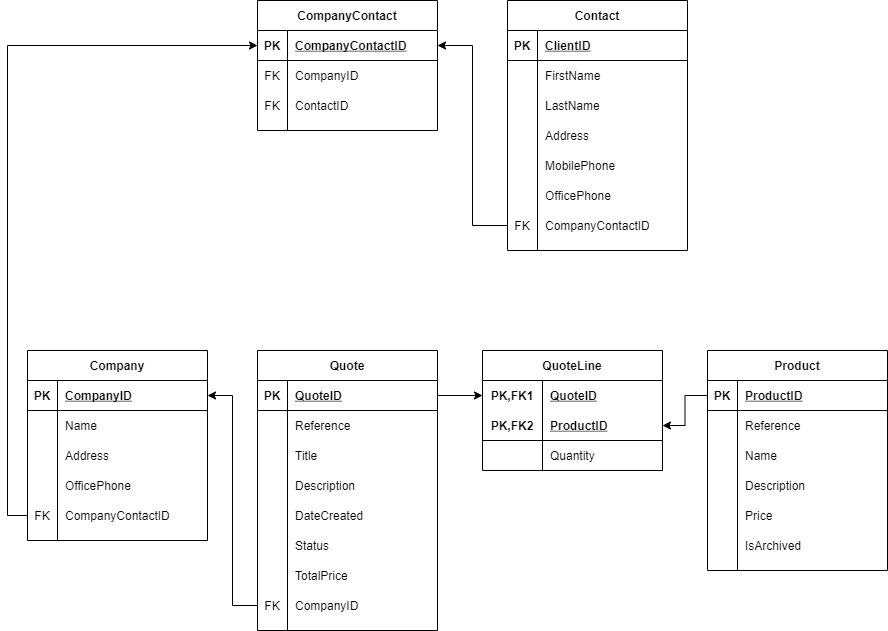
Above: MLD_MyLittleCrm.png in Neibue/MyLittleCrm (draw.io), before the change. Source tidied: cells renumbered, new cells last; positions are measured from the earlier drawing's top-left corner, leaving out a move shared by most shapes.
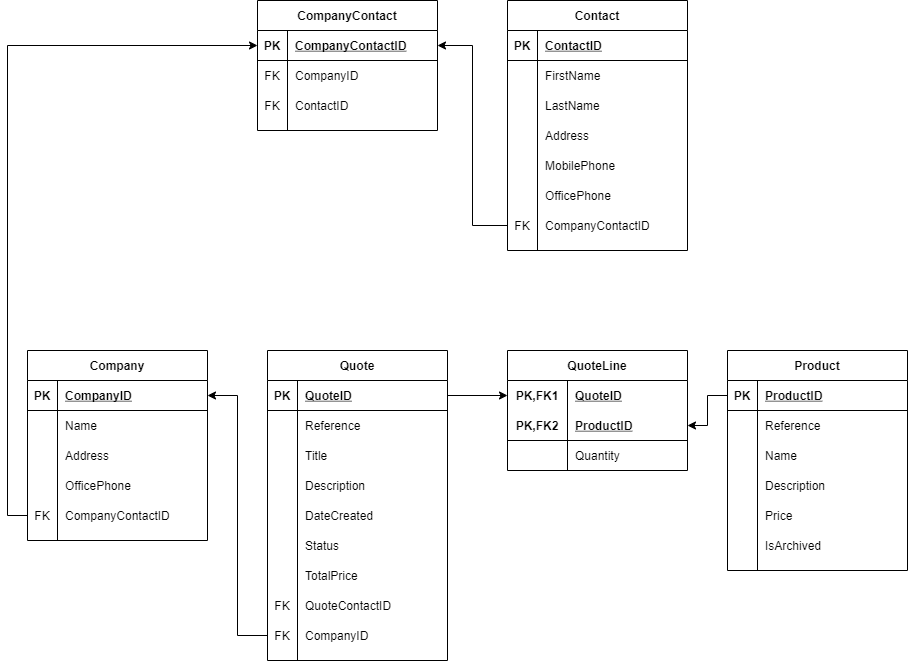
The same file after the commit.

Commit message:
Mettre à jour MLD_MyLittleCrm.png

What changed in the source:
```diff
@@ -11,7 +11,7 @@
     <mxCell id="4" value="PK" style="shape=partialRectangle;fillColor=none;top=0;left=0;bottom=0;right=0;fontStyle=1;overflow=hidden;" parent="3" vertex="1">
       <mxGeometry width="30" height="30" as="geometry" />
     </mxCell>
-    <mxCell id="5" value="ClientID" style="shape=partialRectangle;fillColor=none;top=0;left=0;bottom=0;right=0;align=left;spacingLeft=6;fontStyle=5;overflow=hidden;" parent="3" vertex="1">
+    <mxCell id="5" value="ContactID" style="shape=partialRectangle;fillColor=none;top=0;left=0;bottom=0;right=0;align=left;spacingLeft=6;fontStyle=5;overflow=hidden;" parent="3" vertex="1">
       <mxGeometry x="30" width="150" height="30" as="geometry" />
     </mxCell>
     <mxCell id="6" style="shape=partialRectangle;fillColor=none;top=0;left=0;bottom=0;right=0;" parent="2" vertex="1">
@@ -147,7 +147,7 @@
       <mxGeometry x="30" width="150" height="30" as="geometry" />
     </mxCell>
     <mxCell id="50" value="Quote" style="shape=table;startSize=30;rowLines=0;fontStyle=1;align=center;" parent="1" vertex="1">
-      <mxGeometry x="230" y="350" width="180" height="280" as="geometry" />
+      <mxGeometry x="240" y="350" width="180" height="310" as="geometry" />
     </mxCell>
     <mxCell id="51" style="shape=partialRectangle;fillColor=none;top=0;left=0;bottom=1;right=0;points=[[0,0.5],[1,0.5]];portConstraint=eastwest;" parent="50" vertex="1">
       <mxGeometry y="30" width="180" height="30" as="geometry" />
@@ -212,8 +212,17 @@
     <mxCell id="71" value="TotalPrice" style="shape=partialRectangle;fillColor=none;top=0;left=0;bottom=0;right=0;align=left;spacingLeft=6;overflow=hidden;" parent="69" vertex="1">
       <mxGeometry x="30" width="150" height="30" as="geometry" />
     </mxCell>
+    <mxCell id="109" style="shape=partialRectangle;fillColor=none;top=0;left=0;bottom=0;right=0;" parent="50" vertex="1">
+      <mxGeometry y="240" width="180" height="30" as="geometry" />
+    </mxCell>
+    <mxCell id="110" value="FK" style="shape=partialRectangle;fillColor=none;top=0;left=0;bottom=0;right=0;overflow=hidden;" parent="109" vertex="1">
+      <mxGeometry width="30" height="30" as="geometry" />
+    </mxCell>
+    <mxCell id="111" value="QuoteContactID" style="shape=partialRectangle;fillColor=none;top=0;left=0;bottom=0;right=0;align=left;spacingLeft=6;overflow=hidden;" parent="109" vertex="1">
+      <mxGeometry x="30" width="150" height="30" as="geometry" />
+    </mxCell>
     <mxCell id="72" style="shape=partialRectangle;fillColor=none;top=0;left=0;bottom=0;right=0;points=[[0,0.5],[1,0.5]];portConstraint=eastwest;" parent="50" vertex="1">
-      <mxGeometry y="240" width="180" height="30" as="geometry" />
+      <mxGeometry y="270" width="180" height="30" as="geometry" />
     </mxCell>
     <mxCell id="73" value="FK" style="shape=partialRectangle;fillColor=none;top=0;left=0;bottom=0;right=0;fontStyle=0;overflow=hidden;" parent="72" vertex="1">
       <mxGeometry width="30" height="30" as="geometry" />
@@ -222,7 +231,7 @@
       <mxGeometry x="30" width="150" height="30" as="geometry" />
     </mxCell>
     <mxCell id="75" value="QuoteLine" style="shape=table;startSize=30;rowLines=0;fontStyle=1;align=center;" parent="1" vertex="1">
-      <mxGeometry x="455" y="350" width="180" height="120" as="geometry" />
+      <mxGeometry x="480" y="350" width="180" height="120" as="geometry" />
     </mxCell>
     <mxCell id="76" style="shape=partialRectangle;fillColor=none;top=0;left=0;bottom=0;right=0;points=[[0,0.5],[1,0.5]];portConstraint=eastwest;" parent="75" vertex="1">
       <mxGeometry y="30" width="180" height="30" as="geometry" />
@@ -252,7 +261,7 @@
       <mxGeometry x="60" width="120" height="30" as="geometry" />
     </mxCell>
     <mxCell id="85" value="Product" style="shape=table;startSize=30;rowLines=0;fontStyle=1;align=center;" parent="1" vertex="1">
-      <mxGeometry x="680" y="350" width="180" height="220" as="geometry" />
+      <mxGeometry x="700" y="350" width="180" height="220" as="geometry" />
     </mxCell>
     <mxCell id="86" style="shape=partialRectangle;fillColor=none;top=0;left=0;bottom=1;right=0;points=[[0,0.5],[1,0.5]];portConstraint=eastwest;" parent="85" vertex="1">
       <mxGeometry y="30" width="180" height="30" as="geometry" />
```
